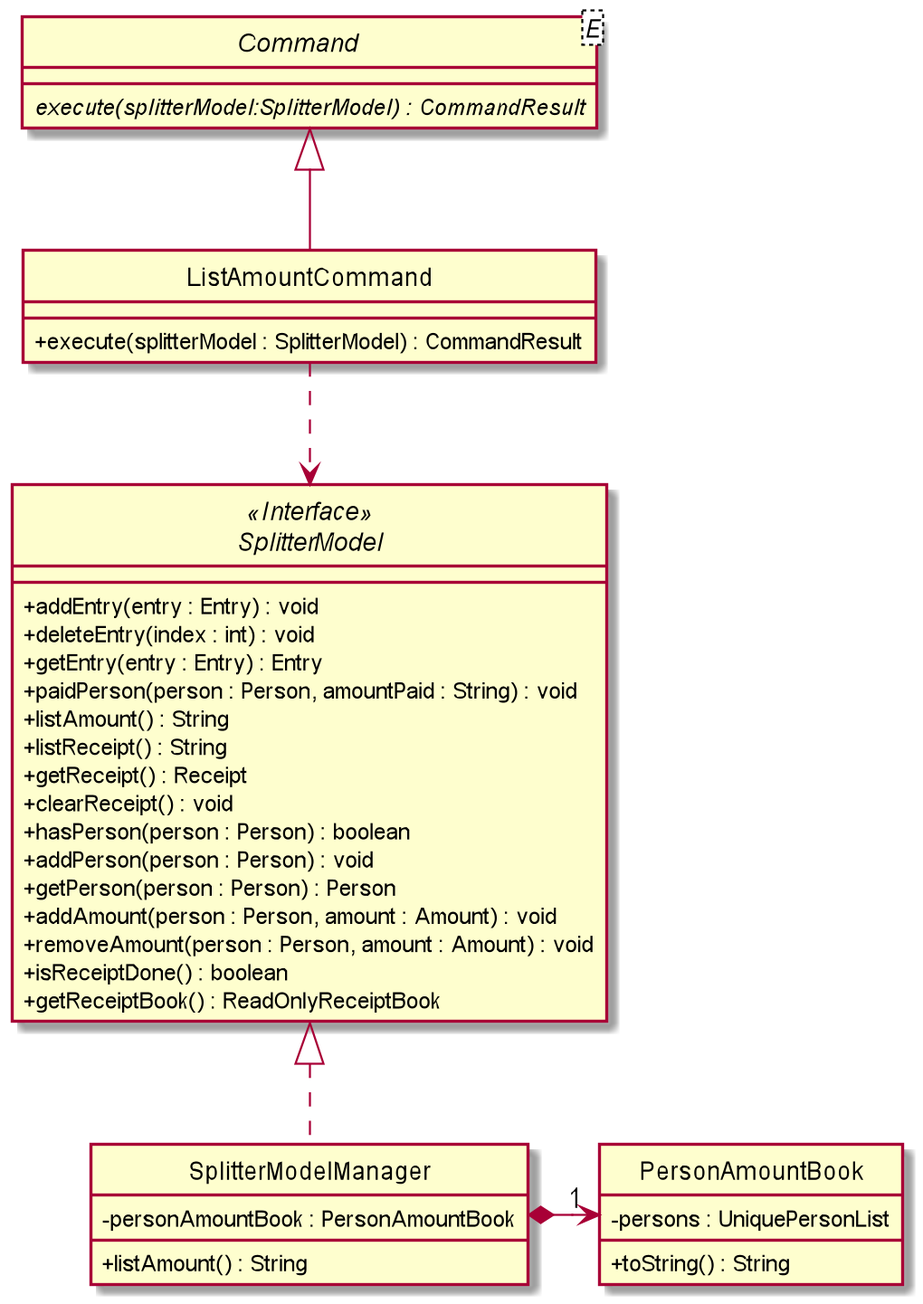
Before: docs/images/ExpenseSplitterListAmountCommandClassDiagram.png, a diagram exported from PlantUML (nus-cs2103-AY1920S2/addressbook-level3).
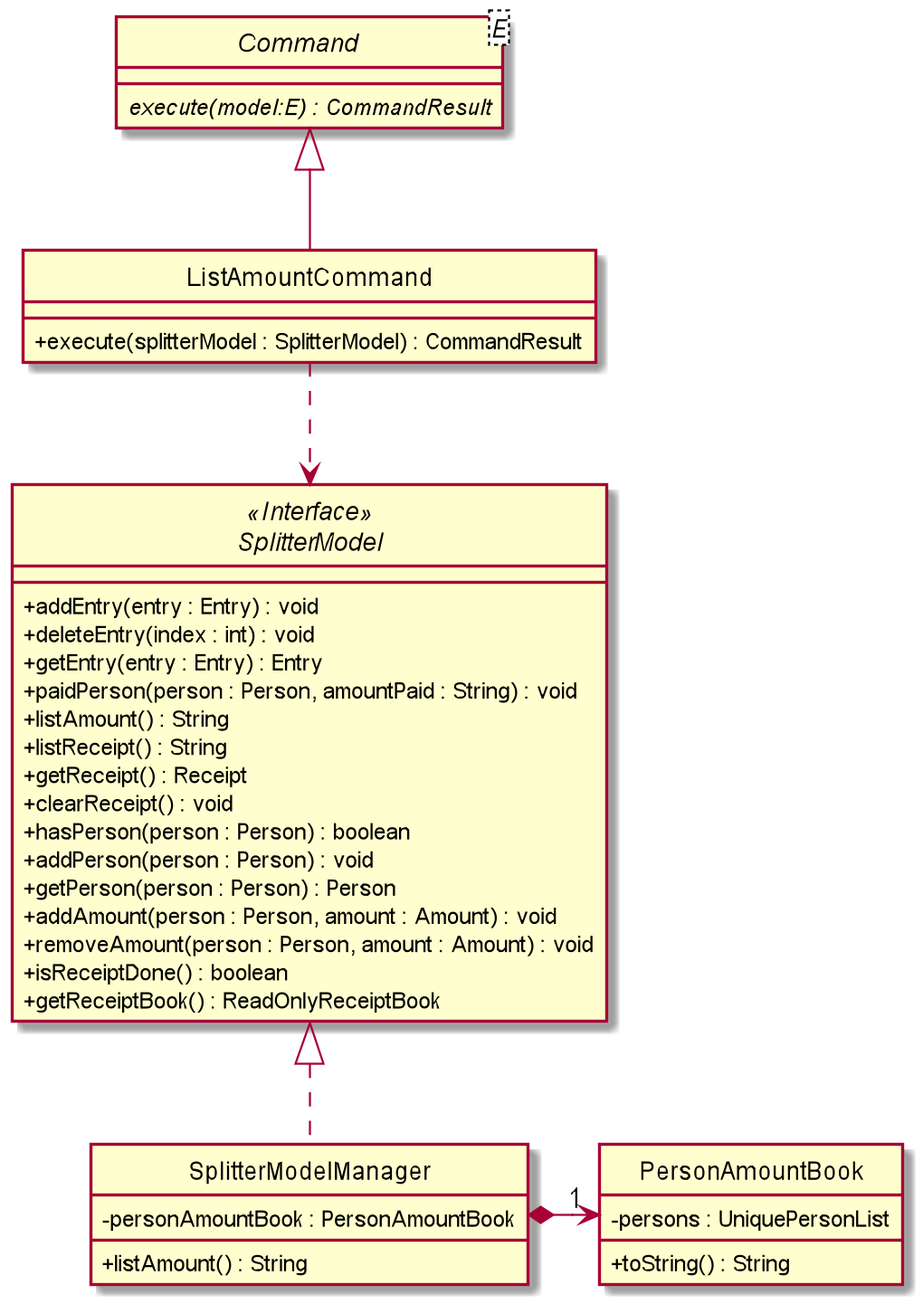
After the change.

What changed in the source:
```diff
@@ -6,7 +6,7 @@
 
 
 abstract class Command <E>{
-    {abstract} execute(splitterModel:SplitterModel) : CommandResult
+    {abstract} execute(model:E) : CommandResult
 }
 
 class ListAmountCommand extends Command {
```
